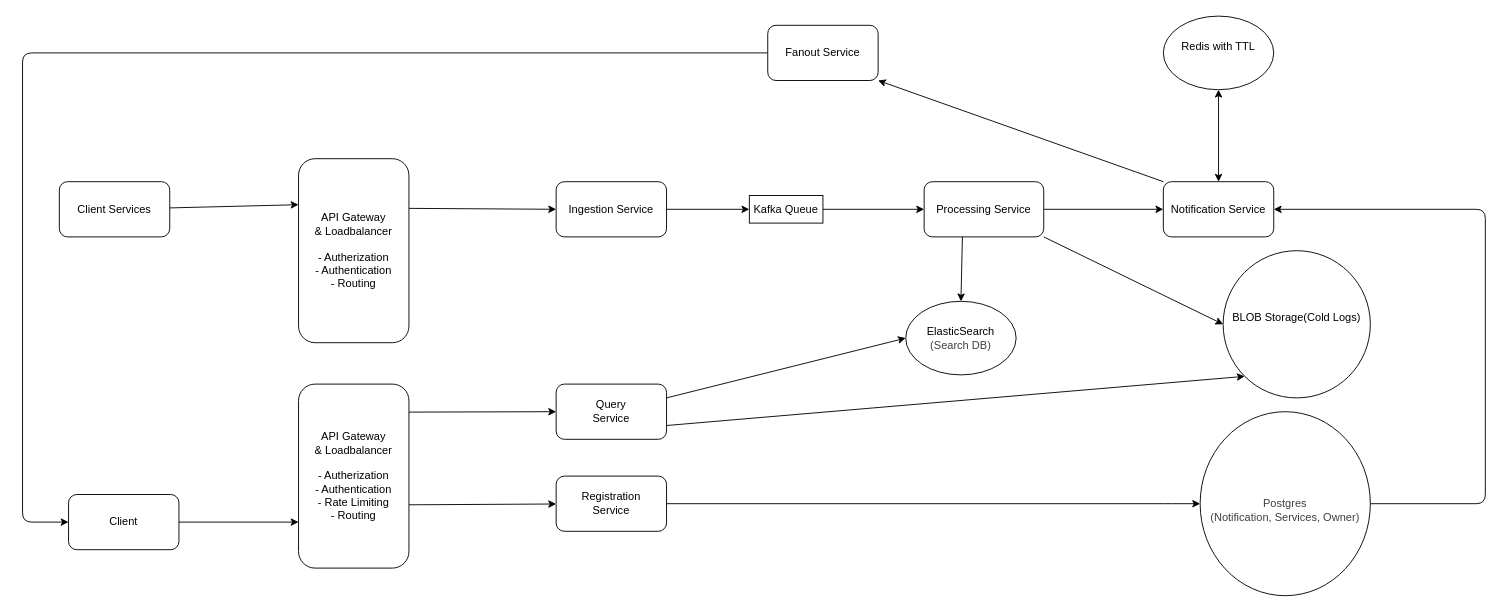
Earlier version of the draw.io diagram Log Monitoring System/architecture.drawio (rajat844/HLD). Source tidied: cells renumbered, new cells numbered last; positions are measured from the earlier drawing's top-left corner, leaving out a move shared by most shapes. Both pictures are drawn from the tidied source at 92%, with x=0, y=0 at pixel (22, 16).
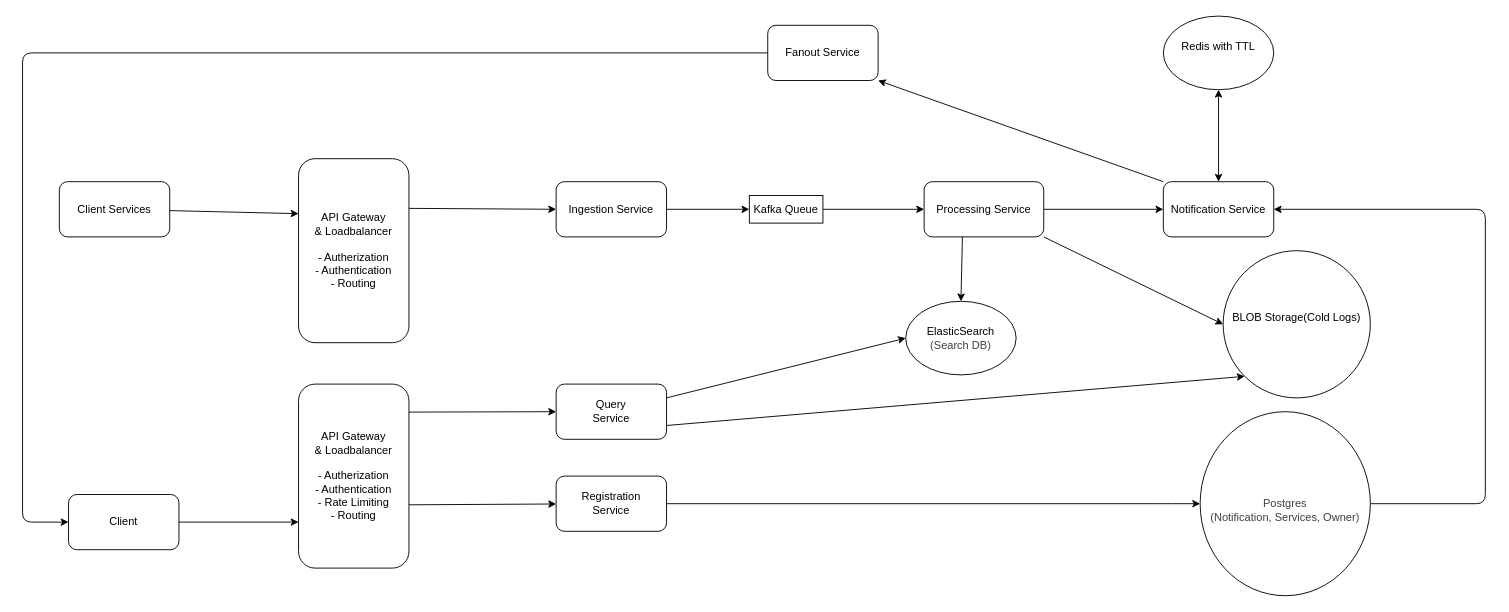
The same diagram, later.

Commit message (it also covers changes not shown here):
Log Monitoring Syatem Updates

The change refers to these unchanged cells:
```xml
<mxCell id="8" value="Client Services" style="rounded=1;whiteSpace=wrap;html=1;roundedPerimeter=1;" parent="1" vertex="1">
  <mxGeometry x="40" y="180" width="120" height="60" as="geometry" />
</mxCell>
<mxCell id="31" value="API Gateway&lt;div&gt;&amp;amp; Loadbalancer&lt;/div&gt;&lt;div&gt;&lt;br&gt;&lt;/div&gt;&lt;div&gt;- Autherization&lt;/div&gt;&lt;div&gt;- Authentication&lt;/div&gt;&lt;div&gt;- Routing&lt;/div&gt;" style="rounded=1;whiteSpace=wrap;html=1;roundedPerimeter=1;" parent="1" vertex="1">
  <mxGeometry x="300" y="155" width="120" height="200" as="geometry" />
</mxCell>
```

Change to the diagram source:
```diff
@@
-    <mxCell id="7" style="edgeStyle=none;html=1;entryX=0;entryY=0.25;entryDx=0;entryDy=0;" parent="1" edge="1" source="8" target="31">
+    <mxCell id="7" style="edgeStyle=none;html=1;entryX=0.008;entryY=0.302;entryDx=0;entryDy=0;" parent="1" edge="1" source="8" target="31">
       <mxGeometry relative="1" as="geometry" />
     </mxCell>
```
